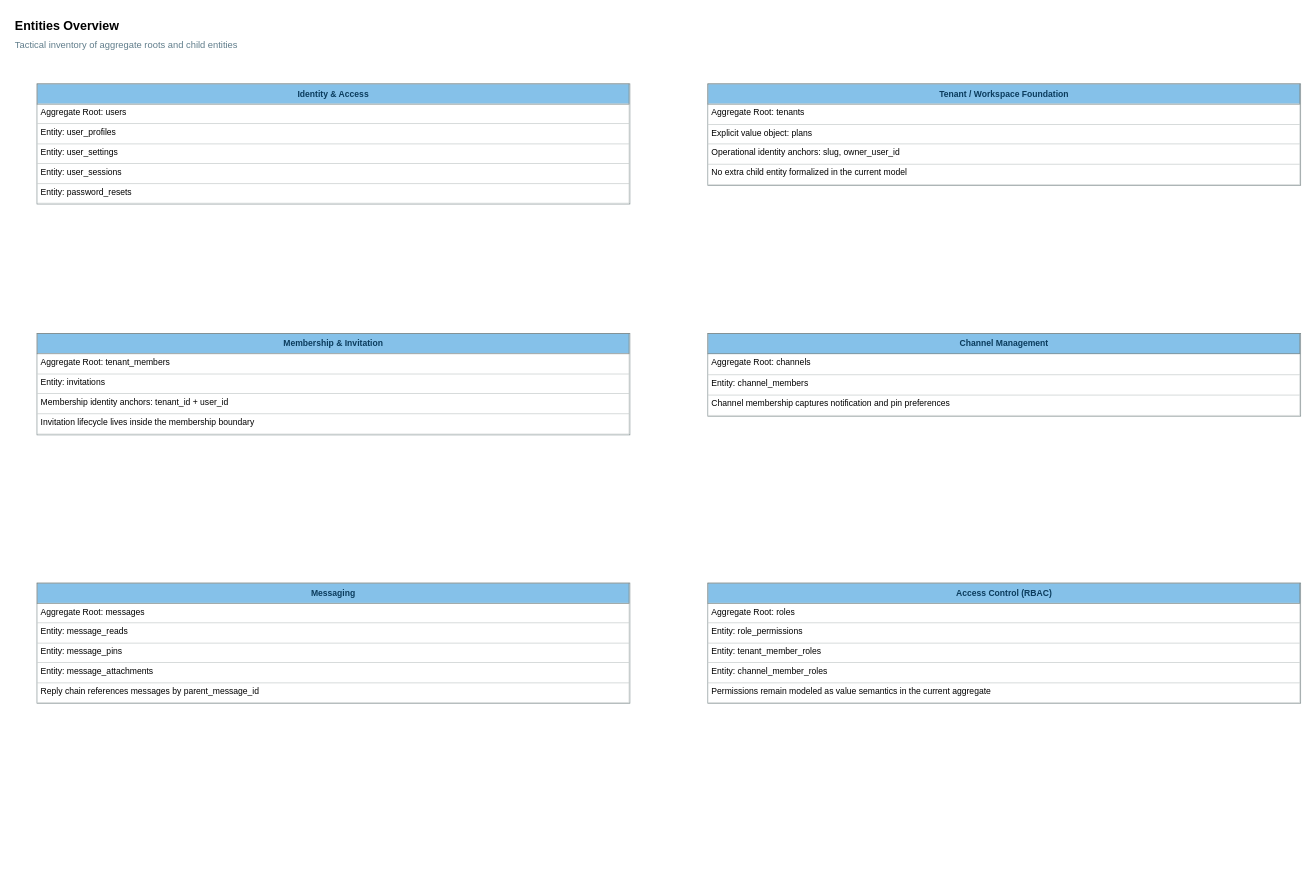
This is docs/tatical/entities/00_overview_entities.drawio from NFMU/app-design, a draw.io file, before an edit. Source tidied: cells renumbered, new cells numbered last; positions are measured from the earlier drawing's top-left corner, leaving out a move shared by most shapes. Both pictures are drawn from the tidied source at 78%, with x=0, y=0 at pixel (13, 13).
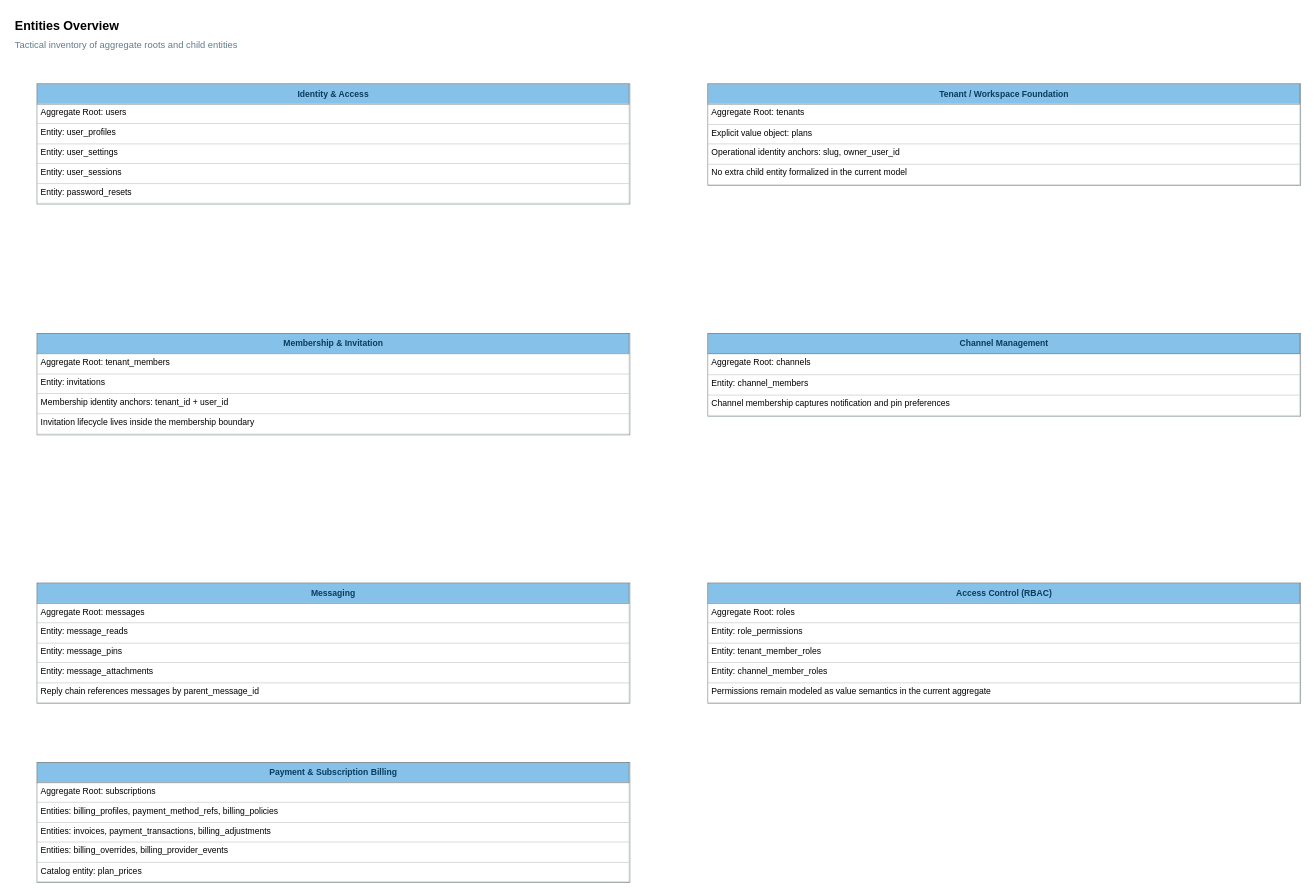
The same diagram, later.

The edit, as a diff of the source:
```diff
@@
 <mxGraphModel>
   <root>
     <mxCell id="0" />
     <mxCell id="1" parent="0" />
     <mxCell id="2" value="Entities Overview" style="text;html=1;strokeColor=none;fillColor=none;align=left;verticalAlign=middle;fontSize=16;fontStyle=1;" parent="1" vertex="1">
       <mxGeometry width="760" height="30" as="geometry" />
     </mxCell>
     <mxCell id="3" value="Tactical inventory of aggregate roots and child entities" style="text;html=1;strokeColor=none;fillColor=none;align=left;verticalAlign=middle;fontSize=12;fontColor=#607D8B;" parent="1" vertex="1">
       <mxGeometry y="28" width="760" height="24" as="geometry" />
     </mxCell>
     <mxCell id="4" value="&lt;table style=&quot;width:100%;height:100%;border-collapse:collapse;font-size:11px;font-family:Arial;&quot;&gt;&lt;tr&gt;&lt;td style=&quot;background:#85C1E9;color:#0B3C5D;font-weight:bold;text-align:center;border:1px solid #7F8C8D;padding:4px;&quot;&gt;Identity &amp; Access&lt;/td&gt;&lt;/tr&gt;&lt;tr&gt;&lt;td style=&quot;border:1px solid #CCD1D1;background:#FFFFFF;padding:4px;vertical-align:top;&quot;&gt;Aggregate Root: users&lt;/td&gt;&lt;/tr&gt;&lt;tr&gt;&lt;td style=&quot;border:1px solid #CCD1D1;background:#FFFFFF;padding:4px;vertical-align:top;&quot;&gt;Entity: user_profiles&lt;/td&gt;&lt;/tr&gt;&lt;tr&gt;&lt;td style=&quot;border:1px solid #CCD1D1;background:#FFFFFF;padding:4px;vertical-align:top;&quot;&gt;Entity: user_settings&lt;/td&gt;&lt;/tr&gt;&lt;tr&gt;&lt;td style=&quot;border:1px solid #CCD1D1;background:#FFFFFF;padding:4px;vertical-align:top;&quot;&gt;Entity: user_sessions&lt;/td&gt;&lt;/tr&gt;&lt;tr&gt;&lt;td style=&quot;border:1px solid #CCD1D1;background:#FFFFFF;padding:4px;vertical-align:top;&quot;&gt;Entity: password_resets&lt;/td&gt;&lt;/tr&gt;&lt;/table&gt;" style="rounded=0;whiteSpace=wrap;html=1;align=left;verticalAlign=top;spacing=0;fillColor=#FFFFFF;strokeColor=#7F8C8D;overflow=fill;" parent="1" vertex="1">
       <mxGeometry x="30" y="90" width="760" height="154" as="geometry" />
     </mxCell>
     <mxCell id="5" value="&lt;table style=&quot;width:100%;height:100%;border-collapse:collapse;font-size:11px;font-family:Arial;&quot;&gt;&lt;tr&gt;&lt;td style=&quot;background:#85C1E9;color:#0B3C5D;font-weight:bold;text-align:center;border:1px solid #7F8C8D;padding:4px;&quot;&gt;Tenant / Workspace Foundation&lt;/td&gt;&lt;/tr&gt;&lt;tr&gt;&lt;td style=&quot;border:1px solid #CCD1D1;background:#FFFFFF;padding:4px;vertical-align:top;&quot;&gt;Aggregate Root: tenants&lt;/td&gt;&lt;/tr&gt;&lt;tr&gt;&lt;td style=&quot;border:1px solid #CCD1D1;background:#FFFFFF;padding:4px;vertical-align:top;&quot;&gt;Explicit value object: plans&lt;/td&gt;&lt;/tr&gt;&lt;tr&gt;&lt;td style=&quot;border:1px solid #CCD1D1;background:#FFFFFF;padding:4px;vertical-align:top;&quot;&gt;Operational identity anchors: slug, owner_user_id&lt;/td&gt;&lt;/tr&gt;&lt;tr&gt;&lt;td style=&quot;border:1px solid #CCD1D1;background:#FFFFFF;padding:4px;vertical-align:top;&quot;&gt;No extra child entity formalized in the current model&lt;/td&gt;&lt;/tr&gt;&lt;/table&gt;" style="rounded=0;whiteSpace=wrap;html=1;align=left;verticalAlign=top;spacing=0;fillColor=#FFFFFF;strokeColor=#7F8C8D;overflow=fill;" parent="1" vertex="1">
       <mxGeometry x="890" y="90" width="760" height="130" as="geometry" />
     </mxCell>
     <mxCell id="6" value="&lt;table style=&quot;width:100%;height:100%;border-collapse:collapse;font-size:11px;font-family:Arial;&quot;&gt;&lt;tr&gt;&lt;td style=&quot;background:#85C1E9;color:#0B3C5D;font-weight:bold;text-align:center;border:1px solid #7F8C8D;padding:4px;&quot;&gt;Membership &amp; Invitation&lt;/td&gt;&lt;/tr&gt;&lt;tr&gt;&lt;td style=&quot;border:1px solid #CCD1D1;background:#FFFFFF;padding:4px;vertical-align:top;&quot;&gt;Aggregate Root: tenant_members&lt;/td&gt;&lt;/tr&gt;&lt;tr&gt;&lt;td style=&quot;border:1px solid #CCD1D1;background:#FFFFFF;padding:4px;vertical-align:top;&quot;&gt;Entity: invitations&lt;/td&gt;&lt;/tr&gt;&lt;tr&gt;&lt;td style=&quot;border:1px solid #CCD1D1;background:#FFFFFF;padding:4px;vertical-align:top;&quot;&gt;Membership identity anchors: tenant_id + user_id&lt;/td&gt;&lt;/tr&gt;&lt;tr&gt;&lt;td style=&quot;border:1px solid #CCD1D1;background:#FFFFFF;padding:4px;vertical-align:top;&quot;&gt;Invitation lifecycle lives inside the membership boundary&lt;/td&gt;&lt;/tr&gt;&lt;/table&gt;" style="rounded=0;whiteSpace=wrap;html=1;align=left;verticalAlign=top;spacing=0;fillColor=#FFFFFF;strokeColor=#7F8C8D;overflow=fill;" parent="1" vertex="1">
       <mxGeometry x="30" y="410" width="760" height="130" as="geometry" />
     </mxCell>
     <mxCell id="7" value="&lt;table style=&quot;width:100%;height:100%;border-collapse:collapse;font-size:11px;font-family:Arial;&quot;&gt;&lt;tr&gt;&lt;td style=&quot;background:#85C1E9;color:#0B3C5D;font-weight:bold;text-align:center;border:1px solid #7F8C8D;padding:4px;&quot;&gt;Channel Management&lt;/td&gt;&lt;/tr&gt;&lt;tr&gt;&lt;td style=&quot;border:1px solid #CCD1D1;background:#FFFFFF;padding:4px;vertical-align:top;&quot;&gt;Aggregate Root: channels&lt;/td&gt;&lt;/tr&gt;&lt;tr&gt;&lt;td style=&quot;border:1px solid #CCD1D1;background:#FFFFFF;padding:4px;vertical-align:top;&quot;&gt;Entity: channel_members&lt;/td&gt;&lt;/tr&gt;&lt;tr&gt;&lt;td style=&quot;border:1px solid #CCD1D1;background:#FFFFFF;padding:4px;vertical-align:top;&quot;&gt;Channel membership captures notification and pin preferences&lt;/td&gt;&lt;/tr&gt;&lt;/table&gt;" style="rounded=0;whiteSpace=wrap;html=1;align=left;verticalAlign=top;spacing=0;fillColor=#FFFFFF;strokeColor=#7F8C8D;overflow=fill;" parent="1" vertex="1">
       <mxGeometry x="890" y="410" width="760" height="106" as="geometry" />
     </mxCell>
     <mxCell id="8" value="&lt;table style=&quot;width:100%;height:100%;border-collapse:collapse;font-size:11px;font-family:Arial;&quot;&gt;&lt;tr&gt;&lt;td style=&quot;background:#85C1E9;color:#0B3C5D;font-weight:bold;text-align:center;border:1px solid #7F8C8D;padding:4px;&quot;&gt;Messaging&lt;/td&gt;&lt;/tr&gt;&lt;tr&gt;&lt;td style=&quot;border:1px solid #CCD1D1;background:#FFFFFF;padding:4px;vertical-align:top;&quot;&gt;Aggregate Root: messages&lt;/td&gt;&lt;/tr&gt;&lt;tr&gt;&lt;td style=&quot;border:1px solid #CCD1D1;background:#FFFFFF;padding:4px;vertical-align:top;&quot;&gt;Entity: message_reads&lt;/td&gt;&lt;/tr&gt;&lt;tr&gt;&lt;td style=&quot;border:1px solid #CCD1D1;background:#FFFFFF;padding:4px;vertical-align:top;&quot;&gt;Entity: message_pins&lt;/td&gt;&lt;/tr&gt;&lt;tr&gt;&lt;td style=&quot;border:1px solid #CCD1D1;background:#FFFFFF;padding:4px;vertical-align:top;&quot;&gt;Entity: message_attachments&lt;/td&gt;&lt;/tr&gt;&lt;tr&gt;&lt;td style=&quot;border:1px solid #CCD1D1;background:#FFFFFF;padding:4px;vertical-align:top;&quot;&gt;Reply chain references messages by parent_message_id&lt;/td&gt;&lt;/tr&gt;&lt;/table&gt;" style="rounded=0;whiteSpace=wrap;html=1;align=left;verticalAlign=top;spacing=0;fillColor=#FFFFFF;strokeColor=#7F8C8D;overflow=fill;" parent="1" vertex="1">
       <mxGeometry x="30" y="730" width="760" height="154" as="geometry" />
     </mxCell>
     <mxCell id="9" value="&lt;table style=&quot;width:100%;height:100%;border-collapse:collapse;font-size:11px;font-family:Arial;&quot;&gt;&lt;tr&gt;&lt;td style=&quot;background:#85C1E9;color:#0B3C5D;font-weight:bold;text-align:center;border:1px solid #7F8C8D;padding:4px;&quot;&gt;Access Control (RBAC)&lt;/td&gt;&lt;/tr&gt;&lt;tr&gt;&lt;td style=&quot;border:1px solid #CCD1D1;background:#FFFFFF;padding:4px;vertical-align:top;&quot;&gt;Aggregate Root: roles&lt;/td&gt;&lt;/tr&gt;&lt;tr&gt;&lt;td style=&quot;border:1px solid #CCD1D1;background:#FFFFFF;padding:4px;vertical-align:top;&quot;&gt;Entity: role_permissions&lt;/td&gt;&lt;/tr&gt;&lt;tr&gt;&lt;td style=&quot;border:1px solid #CCD1D1;background:#FFFFFF;padding:4px;vertical-align:top;&quot;&gt;Entity: tenant_member_roles&lt;/td&gt;&lt;/tr&gt;&lt;tr&gt;&lt;td style=&quot;border:1px solid #CCD1D1;background:#FFFFFF;padding:4px;vertical-align:top;&quot;&gt;Entity: channel_member_roles&lt;/td&gt;&lt;/tr&gt;&lt;tr&gt;&lt;td style=&quot;border:1px solid #CCD1D1;background:#FFFFFF;padding:4px;vertical-align:top;&quot;&gt;Permissions remain modeled as value semantics in the current aggregate&lt;/td&gt;&lt;/tr&gt;&lt;/table&gt;" style="rounded=0;whiteSpace=wrap;html=1;align=left;verticalAlign=top;spacing=0;fillColor=#FFFFFF;strokeColor=#7F8C8D;overflow=fill;" parent="1" vertex="1">
       <mxGeometry x="890" y="730" width="760" height="154" as="geometry" />
     </mxCell>
+    <mxCell id="10" value="&lt;table style=&quot;width:100%;height:100%;border-collapse:collapse;font-size:11px;font-family:Arial;&quot;&gt;&lt;tr&gt;&lt;td style=&quot;background:#85C1E9;color:#0B3C5D;font-weight:bold;text-align:center;border:1px solid #7F8C8D;padding:4px;&quot;&gt;Payment &amp; Subscription Billing&lt;/td&gt;&lt;/tr&gt;&lt;tr&gt;&lt;td style=&quot;border:1px solid #CCD1D1;background:#FFFFFF;padding:4px;vertical-align:top;&quot;&gt;Aggregate Root: subscriptions&lt;/td&gt;&lt;/tr&gt;&lt;tr&gt;&lt;td style=&quot;border:1px solid #CCD1D1;background:#FFFFFF;padding:4px;vertical-align:top;&quot;&gt;Entities: billing_profiles, payment_method_refs, billing_policies&lt;/td&gt;&lt;/tr&gt;&lt;tr&gt;&lt;td style=&quot;border:1px solid #CCD1D1;background:#FFFFFF;padding:4px;vertical-align:top;&quot;&gt;Entities: invoices, payment_transactions, billing_adjustments&lt;/td&gt;&lt;/tr&gt;&lt;tr&gt;&lt;td style=&quot;border:1px solid #CCD1D1;background:#FFFFFF;padding:4px;vertical-align:top;&quot;&gt;Entities: billing_overrides, billing_provider_events&lt;/td&gt;&lt;/tr&gt;&lt;tr&gt;&lt;td style=&quot;border:1px solid #CCD1D1;background:#FFFFFF;padding:4px;vertical-align:top;&quot;&gt;Catalog entity: plan_prices&lt;/td&gt;&lt;/tr&gt;&lt;/table&gt;" style="rounded=0;whiteSpace=wrap;html=1;align=left;verticalAlign=top;spacing=0;fillColor=#FFFFFF;strokeColor=#7F8C8D;overflow=fill;" parent="1" vertex="1">
+      <mxGeometry x="30" y="960" width="760" height="154" as="geometry" />
+    </mxCell>
   </root>
 </mxGraphModel>
```
